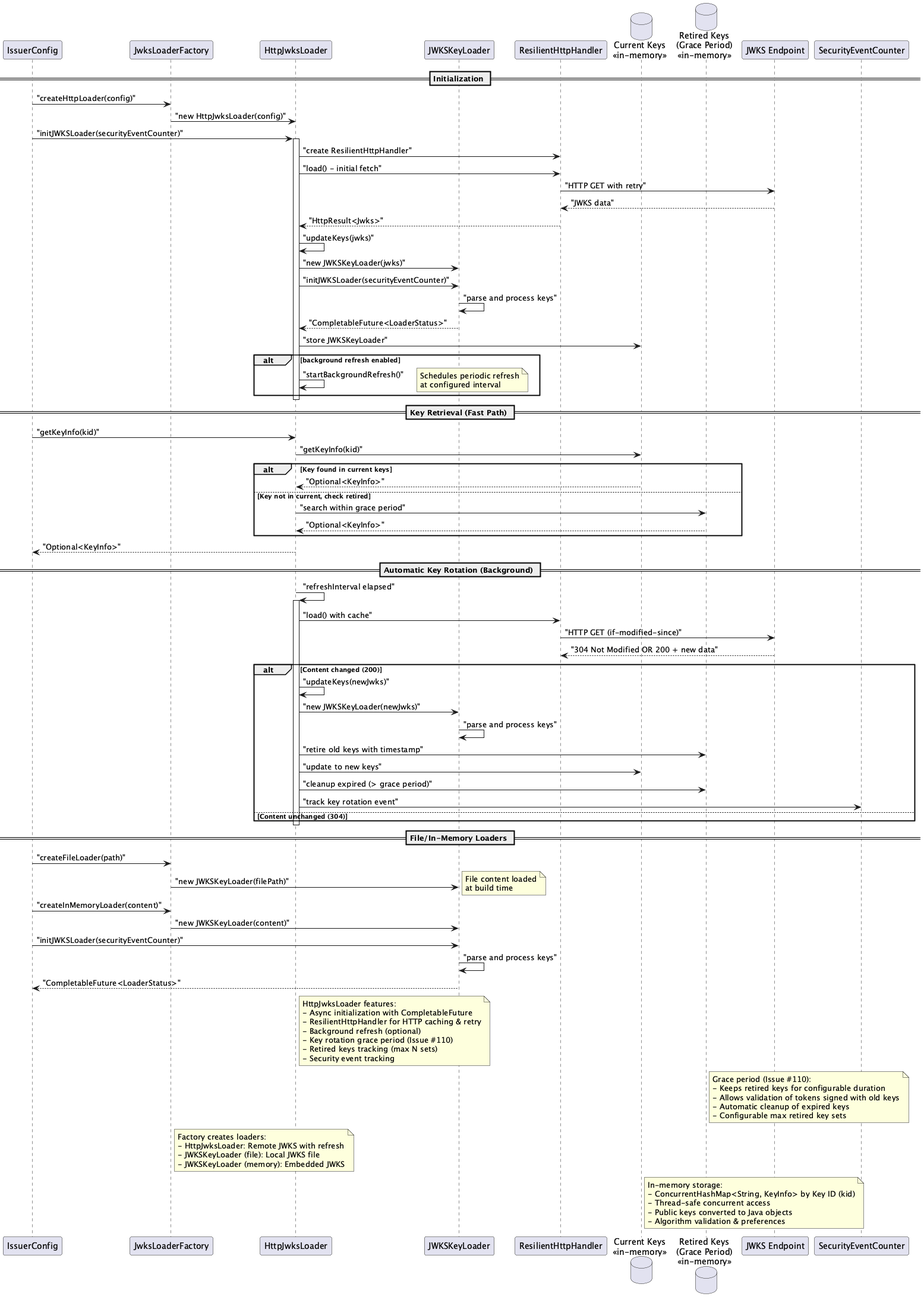
This is doc/plantuml/key-management.png from cuioss/cui-jwt, a PlantUML export, as it was before one commit.
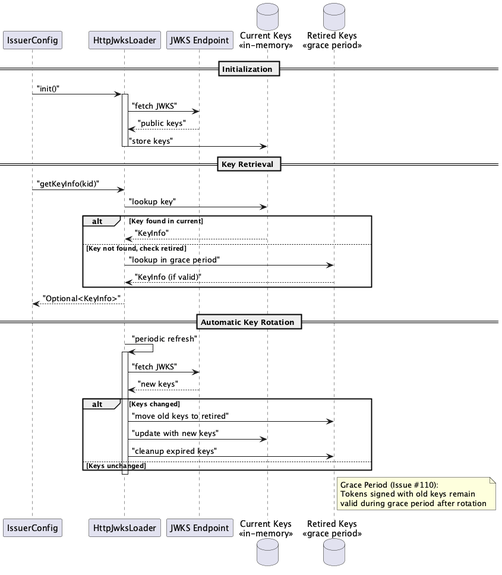
Later version of the same file.

Commit message:
docs: Simplify key-management diagram and create detailed documentation

Diff of the diagram source:
```diff
@@ -1,119 +1,52 @@
 @startuml
 
 participant "IssuerConfig" as IssuerConfig
-participant "JwksLoaderFactory" as JwksLoaderFactory
 participant "HttpJwksLoader" as HttpLoader
-participant "JWKSKeyLoader" as KeyLoader
-participant "ResilientHttpHandler" as HttpHandler
+participant "JWKS Endpoint" as Endpoint
 database "Current Keys\n<<in-memory>>" as CurrentKeys
-database "Retired Keys\n(Grace Period)\n<<in-memory>>" as RetiredKeys
-participant "JWKS Endpoint" as Endpoint
-participant "SecurityEventCounter" as SecurityEventCounter
+database "Retired Keys\n<<grace period>>" as RetiredKeys
 
 == Initialization ==
 
-IssuerConfig -> JwksLoaderFactory : "createHttpLoader(config)"
-JwksLoaderFactory -> HttpLoader : "new HttpJwksLoader(config)"
-IssuerConfig -> HttpLoader : "initJWKSLoader(securityEventCounter)"
+IssuerConfig -> HttpLoader : "init()"
 activate HttpLoader
-
-HttpLoader -> HttpHandler : "create ResilientHttpHandler"
-HttpLoader -> HttpHandler : "load() - initial fetch"
-HttpHandler -> Endpoint : "HTTP GET with retry"
-Endpoint --> HttpHandler : "JWKS data"
-HttpHandler --> HttpLoader : "HttpResult<Jwks>"
-
-HttpLoader -> HttpLoader : "updateKeys(jwks)"
-HttpLoader -> KeyLoader : "new JWKSKeyLoader(jwks)"
-HttpLoader -> KeyLoader : "initJWKSLoader(securityEventCounter)"
-KeyLoader -> KeyLoader : "parse and process keys"
-KeyLoader --> HttpLoader : "CompletableFuture<LoaderStatus>"
-HttpLoader -> CurrentKeys : "store JWKSKeyLoader"
-
-alt background refresh enabled
-    HttpLoader -> HttpLoader : "startBackgroundRefresh()"
-    note right: Schedules periodic refresh\nat configured interval
-end
-
+HttpLoader -> Endpoint : "fetch JWKS"
+Endpoint --> HttpLoader : "public keys"
+HttpLoader -> CurrentKeys : "store keys"
 deactivate HttpLoader
 
-== Key Retrieval (Fast Path) ==
+== Key Retrieval ==
 
 IssuerConfig -> HttpLoader : "getKeyInfo(kid)"
-HttpLoader -> CurrentKeys : "getKeyInfo(kid)"
-alt Key found in current keys
-    CurrentKeys --> HttpLoader : "Optional<KeyInfo>"
-else Key not in current, check retired
-    HttpLoader -> RetiredKeys : "search within grace period"
-    RetiredKeys --> HttpLoader : "Optional<KeyInfo>"
+HttpLoader -> CurrentKeys : "lookup key"
+alt Key found in current
+    CurrentKeys --> HttpLoader : "KeyInfo"
+else Key not found, check retired
+    HttpLoader -> RetiredKeys : "lookup in grace period"
+    RetiredKeys --> HttpLoader : "KeyInfo (if valid)"
 end
 HttpLoader --> IssuerConfig : "Optional<KeyInfo>"
 
-== Automatic Key Rotation (Background) ==
+== Automatic Key Rotation ==
 
-HttpLoader -> HttpLoader : "refreshInterval elapsed"
+HttpLoader -> HttpLoader : "periodic refresh"
 activate HttpLoader
-HttpLoader -> HttpHandler : "load() with cache"
-HttpHandler -> Endpoint : "HTTP GET (if-modified-since)"
-Endpoint --> HttpHandler : "304 Not Modified OR 200 + new data"
+HttpLoader -> Endpoint : "fetch JWKS"
+Endpoint --> HttpLoader : "new keys"
 
-alt Content changed (200)
-    HttpLoader -> HttpLoader : "updateKeys(newJwks)"
-    HttpLoader -> KeyLoader : "new JWKSKeyLoader(newJwks)"
-    KeyLoader -> KeyLoader : "parse and process keys"
-    HttpLoader -> RetiredKeys : "retire old keys with timestamp"
-    HttpLoader -> CurrentKeys : "update to new keys"
-    HttpLoader -> RetiredKeys : "cleanup expired (> grace period)"
-    HttpLoader -> SecurityEventCounter : "track key rotation event"
-else Content unchanged (304)
-    note right: No action needed
+alt Keys changed
+    HttpLoader -> RetiredKeys : "move old keys to retired"
+    HttpLoader -> CurrentKeys : "update with new keys"
+    HttpLoader -> RetiredKeys : "cleanup expired keys"
+else Keys unchanged
+    note right: No rotation needed
 end
 deactivate HttpLoader
 
-== File/In-Memory Loaders ==
-
-IssuerConfig -> JwksLoaderFactory : "createFileLoader(path)"
-JwksLoaderFactory -> KeyLoader : "new JWKSKeyLoader(filePath)"
-note right: File content loaded\nat build time
-
-IssuerConfig -> JwksLoaderFactory : "createInMemoryLoader(content)"
-JwksLoaderFactory -> KeyLoader : "new JWKSKeyLoader(content)"
-
-IssuerConfig -> KeyLoader : "initJWKSLoader(securityEventCounter)"
-KeyLoader -> KeyLoader : "parse and process keys"
-KeyLoader --> IssuerConfig : "CompletableFuture<LoaderStatus>"
-
-note right of HttpLoader
-  HttpJwksLoader features:
-  - Async initialization with CompletableFuture
-  - ResilientHttpHandler for HTTP caching & retry
-  - Background refresh (optional)
-  - Key rotation grace period (Issue #110)
-  - Retired keys tracking (max N sets)
-  - Security event tracking
-end note
-
 note right of RetiredKeys
-  Grace period (Issue #110):
-  - Keeps retired keys for configurable duration
-  - Allows validation of tokens signed with old keys
-  - Automatic cleanup of expired keys
-  - Configurable max retired key sets
-end note
-
-note right of JwksLoaderFactory
-  Factory creates loaders:
-  - HttpJwksLoader: Remote JWKS with refresh
-  - JWKSKeyLoader (file): Local JWKS file
-  - JWKSKeyLoader (memory): Embedded JWKS
-end note
-
-note right of CurrentKeys
-  In-memory storage:
-  - ConcurrentHashMap<String, KeyInfo> by Key ID (kid)
-  - Thread-safe concurrent access
-  - Public keys converted to Java objects
-  - Algorithm validation & preferences
+  Grace Period (Issue #110):
+  Tokens signed with old keys remain
+  valid during grace period after rotation
 end note
 
 @enduml
```
